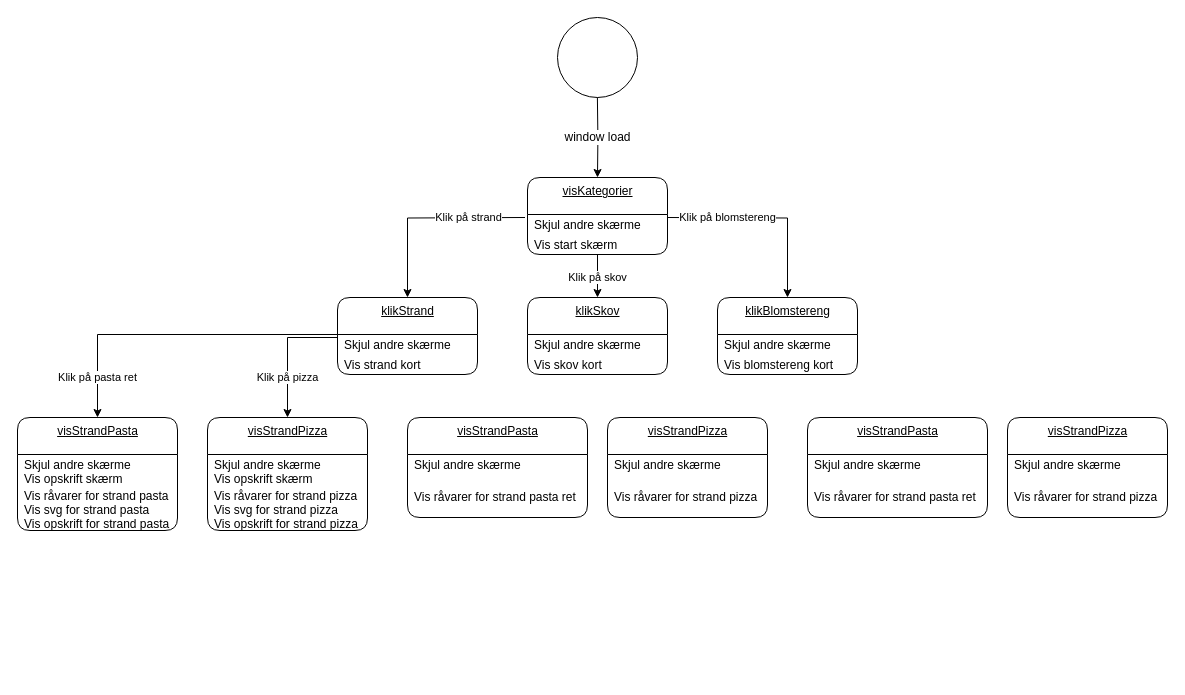
AugustS-J/vild_mad_teme_7 keeps this draw.io diagram as img/state-machine-diagram.drawio. Above is the earlier version. Source tidied: cells renumbered, new cells numbered last; positions are measured from the earlier drawing's top-left corner, leaving out a move shared by most shapes. Both pictures are drawn from the tidied source at 100%, with x=0, y=0 at pixel (17, 17).
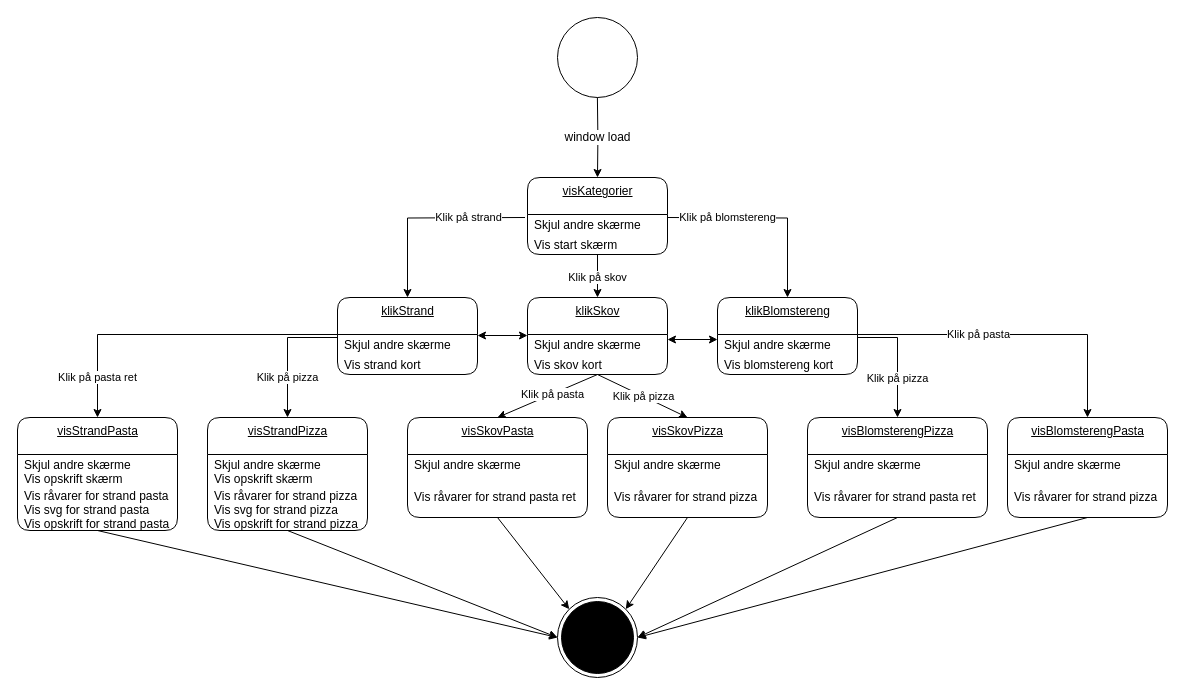
The same diagram, later.

Commit message:
Opdateret state machine

The change refers to these unchanged cells:
```xml
<mxCell id="4" value="visKategorier" style="swimlane;fontStyle=4;align=center;verticalAlign=top;horizontal=1;startSize=37;html=1;rounded=1;absoluteArcSize=1;arcSize=25;" parent="1" vertex="1">
  <mxGeometry x="510" y="160" width="140" height="77" as="geometry" />
</mxCell>
<mxCell id="11" value="Skjul andre skærme" style="fillColor=none;strokeColor=none;align=left;verticalAlign=middle;spacingLeft=5;" parent="10" vertex="1">
  <mxGeometry y="37" width="140" height="20" as="geometry" />
</mxCell>
<mxCell id="12" value="Vis skov kort" style="fillColor=none;strokeColor=none;align=left;verticalAlign=middle;spacingLeft=5;" parent="10" vertex="1">
  <mxGeometry y="57" width="140" height="20" as="geometry" />
</mxCell>
<mxCell id="14" value="Skjul andre skærme" style="fillColor=none;strokeColor=none;align=left;verticalAlign=middle;spacingLeft=5;" parent="13" vertex="1">
  <mxGeometry y="37" width="140" height="20" as="geometry" />
</mxCell>
<mxCell id="21" value="Vis råvarer for strand pizza&#10;Vis svg for strand pizza&#10;Vis opskrift for strand pizza" style="fillColor=none;strokeColor=none;align=left;verticalAlign=middle;spacingLeft=5;" parent="19" vertex="1">
  <mxGeometry y="70" width="160" height="43" as="geometry" />
</mxCell>
<mxCell id="24" value="Vis råvarer for strand pizza" style="fillColor=none;strokeColor=none;align=left;verticalAlign=middle;spacingLeft=5;" parent="22" vertex="1">
  <mxGeometry y="57" width="160" height="43" as="geometry" />
</mxCell>
<mxCell id="27" value="Vis råvarer for strand pasta ret" style="fillColor=none;strokeColor=none;align=left;verticalAlign=middle;spacingLeft=5;" parent="25" vertex="1">
  <mxGeometry y="57" width="180" height="43" as="geometry" />
</mxCell>
<mxCell id="30" value="Vis råvarer for strand pizza" style="fillColor=none;strokeColor=none;align=left;verticalAlign=middle;spacingLeft=5;" parent="28" vertex="1">
  <mxGeometry y="57" width="160" height="43" as="geometry" />
</mxCell>
<mxCell id="33" value="Vis råvarer for strand pasta ret" style="fillColor=none;strokeColor=none;align=left;verticalAlign=middle;spacingLeft=5;" parent="31" vertex="1">
  <mxGeometry y="57" width="180" height="43" as="geometry" />
</mxCell>
<mxCell id="38" value="Vis råvarer for strand pasta&#10;Vis svg for strand pasta&#10;Vis opskrift for strand pasta" style="fillColor=none;strokeColor=none;align=left;verticalAlign=middle;spacingLeft=5;" parent="36" vertex="1">
  <mxGeometry y="70" width="160" height="43" as="geometry" />
</mxCell>
```

What changed in the source:
```diff
@@
-    <mxCell id="3" value="&lt;span style=&quot;font-size: 12px&quot;&gt;window load&lt;/span&gt;" style="edgeStyle=orthogonalEdgeStyle;rounded=0;jettySize=auto;html=1;exitX=0.5;exitY=1;exitDx=0;exitDy=0;entryX=0.5;entryY=0;entryDx=0;entryDy=0;" parent="1" edge="1" target="4">
+    <mxCell id="3" value="&lt;span style=&quot;font-size: 12px;&quot;&gt;window load&lt;/span&gt;" style="edgeStyle=orthogonalEdgeStyle;rounded=0;jettySize=auto;html=1;exitX=0.5;exitY=1;exitDx=0;exitDy=0;entryX=0.5;entryY=0;entryDx=0;entryDy=0;" parent="1" edge="1" target="4">
       <mxGeometry relative="1" as="geometry">
         <mxPoint x="579.9" y="80" as="sourcePoint" />
       </mxGeometry>
     </mxCell>
@@
-    <mxCell id="22" value="visStrandPizza" style="swimlane;fontStyle=4;align=center;verticalAlign=top;horizontal=1;startSize=37;html=1;rounded=1;absoluteArcSize=1;arcSize=25;" parent="1" vertex="1">
+    <mxCell id="22" value="visSkovPizza" style="swimlane;fontStyle=4;align=center;verticalAlign=top;horizontal=1;startSize=37;html=1;rounded=1;absoluteArcSize=1;arcSize=25;" parent="1" vertex="1">
       <mxGeometry x="590" y="400" width="160" height="100" as="geometry" />
     </mxCell>
@@
-    <mxCell id="25" value="visStrandPasta" style="swimlane;fontStyle=4;align=center;verticalAlign=top;horizontal=1;startSize=37;html=1;rounded=1;absoluteArcSize=1;arcSize=25;" parent="1" vertex="1">
+    <mxCell id="25" value="visSkovPasta" style="swimlane;fontStyle=4;align=center;verticalAlign=top;horizontal=1;startSize=37;html=1;rounded=1;absoluteArcSize=1;arcSize=25;" parent="1" vertex="1">
       <mxGeometry x="390" y="400" width="180" height="100" as="geometry" />
     </mxCell>
@@
-    <mxCell id="28" value="visStrandPizza" style="swimlane;fontStyle=4;align=center;verticalAlign=top;horizontal=1;startSize=37;html=1;rounded=1;absoluteArcSize=1;arcSize=25;" parent="1" vertex="1">
+    <mxCell id="28" value="visBlomsterengPasta" style="swimlane;fontStyle=4;align=center;verticalAlign=top;horizontal=1;startSize=37;html=1;rounded=1;absoluteArcSize=1;arcSize=25;" parent="1" vertex="1">
       <mxGeometry x="990" y="400" width="160" height="100" as="geometry" />
     </mxCell>
@@
-    <mxCell id="31" value="visStrandPasta" style="swimlane;fontStyle=4;align=center;verticalAlign=top;horizontal=1;startSize=37;html=1;rounded=1;absoluteArcSize=1;arcSize=25;" parent="1" vertex="1">
+    <mxCell id="31" value="visBlomsterengPizza" style="swimlane;fontStyle=4;align=center;verticalAlign=top;horizontal=1;startSize=37;html=1;rounded=1;absoluteArcSize=1;arcSize=25;" parent="1" vertex="1">
       <mxGeometry x="790" y="400" width="180" height="100" as="geometry" />
     </mxCell>
@@
+    <mxCell id="39" value="Klik på pizza" style="edgeStyle=orthogonalEdgeStyle;rounded=0;jettySize=auto;html=1;exitX=1;exitY=0.5;exitDx=0;exitDy=0;entryX=0.5;entryY=0;entryDx=0;entryDy=0;" parent="1" edge="1" source="14">
+      <mxGeometry x="0.38" relative="1" as="geometry">
+        <mxPoint x="880" y="400" as="targetPoint" />
+        <Array as="points">
+          <mxPoint x="840" y="320" />
+          <mxPoint x="880" y="320" />
+        </Array>
+      </mxGeometry>
+    </mxCell>
+    <mxCell id="40" value="Klik på pasta" style="edgeStyle=orthogonalEdgeStyle;rounded=0;jettySize=auto;html=1;exitX=1;exitY=0;exitDx=0;exitDy=0;entryX=0.5;entryY=0;entryDx=0;entryDy=0;" parent="1" edge="1" source="14">
+      <mxGeometry x="-0.23" relative="1" as="geometry">
+        <mxPoint x="1070" y="400" as="targetPoint" />
+        <Array as="points">
+          <mxPoint x="1070" y="317" />
+        </Array>
+      </mxGeometry>
+    </mxCell>
+    <mxCell id="41" style="endArrow=classic;startArrow=classic;html=1;entryX=0;entryY=0.25;entryDx=0;entryDy=0;exitX=1;exitY=0.25;exitDx=0;exitDy=0;" parent="1" edge="1" source="11" target="14">
+      <mxGeometry relative="1" as="geometry" />
+    </mxCell>
+    <mxCell id="42" style="endArrow=classic;startArrow=classic;html=1;entryX=0;entryY=0.25;entryDx=0;entryDy=0;exitX=1;exitY=0.25;exitDx=0;exitDy=0;" parent="1" edge="1">
+      <mxGeometry relative="1" as="geometry">
+        <mxPoint x="460" y="318" as="sourcePoint" />
+        <mxPoint x="510" y="318" as="targetPoint" />
+      </mxGeometry>
+    </mxCell>
+    <mxCell id="43" style="endArrow=classic;html=1;exitX=0.5;exitY=1;exitDx=0;exitDy=0;entryX=0.5;entryY=0;entryDx=0;entryDy=0;" parent="1" edge="1" source="12" target="22">
+      <mxGeometry relative="1" as="geometry" />
+    </mxCell>
+    <mxCell id="44" value="Klik på pizza" style="edgeLabel;html=1;align=center;verticalAlign=middle;" parent="43" vertex="1">
+      <mxGeometry x="0.01" relative="1" as="geometry" />
+    </mxCell>
+    <mxCell id="45" style="endArrow=classic;html=1;exitX=0.5;exitY=1;exitDx=0;exitDy=0;entryX=0.5;entryY=0;entryDx=0;entryDy=0;" parent="1" edge="1" target="25">
+      <mxGeometry relative="1" as="geometry">
+        <mxPoint x="580" y="357" as="sourcePoint" />
+      </mxGeometry>
+    </mxCell>
+    <mxCell id="46" value="Klik på pasta" style="edgeLabel;html=1;align=center;verticalAlign=middle;" parent="45" vertex="1">
+      <mxGeometry x="-0.08" relative="1" as="geometry" />
+    </mxCell>
+    <mxCell id="47" style="ellipse;html=1;shape=endState;fillColor=strokeColor;" parent="1" vertex="1">
+      <mxGeometry x="540" y="580" width="80" height="80" as="geometry" />
+    </mxCell>
+    <mxCell id="48" style="endArrow=classic;html=1;entryX=0;entryY=0.5;entryDx=0;entryDy=0;exitX=0.5;exitY=1;exitDx=0;exitDy=0;" parent="1" edge="1" source="38" target="47">
+      <mxGeometry relative="1" as="geometry" />
+    </mxCell>
+    <mxCell id="49" style="endArrow=classic;html=1;entryX=0;entryY=0.5;entryDx=0;entryDy=0;exitX=0.5;exitY=1;exitDx=0;exitDy=0;" parent="1" edge="1" source="21" target="47">
+      <mxGeometry relative="1" as="geometry" />
+    </mxCell>
+    <mxCell id="50" style="endArrow=classic;html=1;entryX=1;entryY=0.5;entryDx=0;entryDy=0;exitX=0.5;exitY=1;exitDx=0;exitDy=0;" parent="1" edge="1" source="30" target="47">
+      <mxGeometry relative="1" as="geometry" />
+    </mxCell>
+    <mxCell id="51" style="endArrow=classic;html=1;entryX=1;entryY=0.5;entryDx=0;entryDy=0;exitX=0.5;exitY=1;exitDx=0;exitDy=0;" parent="1" edge="1" source="33" target="47">
+      <mxGeometry relative="1" as="geometry" />
+    </mxCell>
+    <mxCell id="52" style="endArrow=classic;html=1;entryX=0;entryY=0;entryDx=0;entryDy=0;exitX=0.5;exitY=1;exitDx=0;exitDy=0;" parent="1" edge="1" source="27" target="47">
+      <mxGeometry relative="1" as="geometry" />
+    </mxCell>
+    <mxCell id="53" style="endArrow=classic;html=1;entryX=1;entryY=0;entryDx=0;entryDy=0;exitX=0.5;exitY=1;exitDx=0;exitDy=0;" parent="1" edge="1" source="24" target="47">
+      <mxGeometry relative="1" as="geometry" />
+    </mxCell>
```
